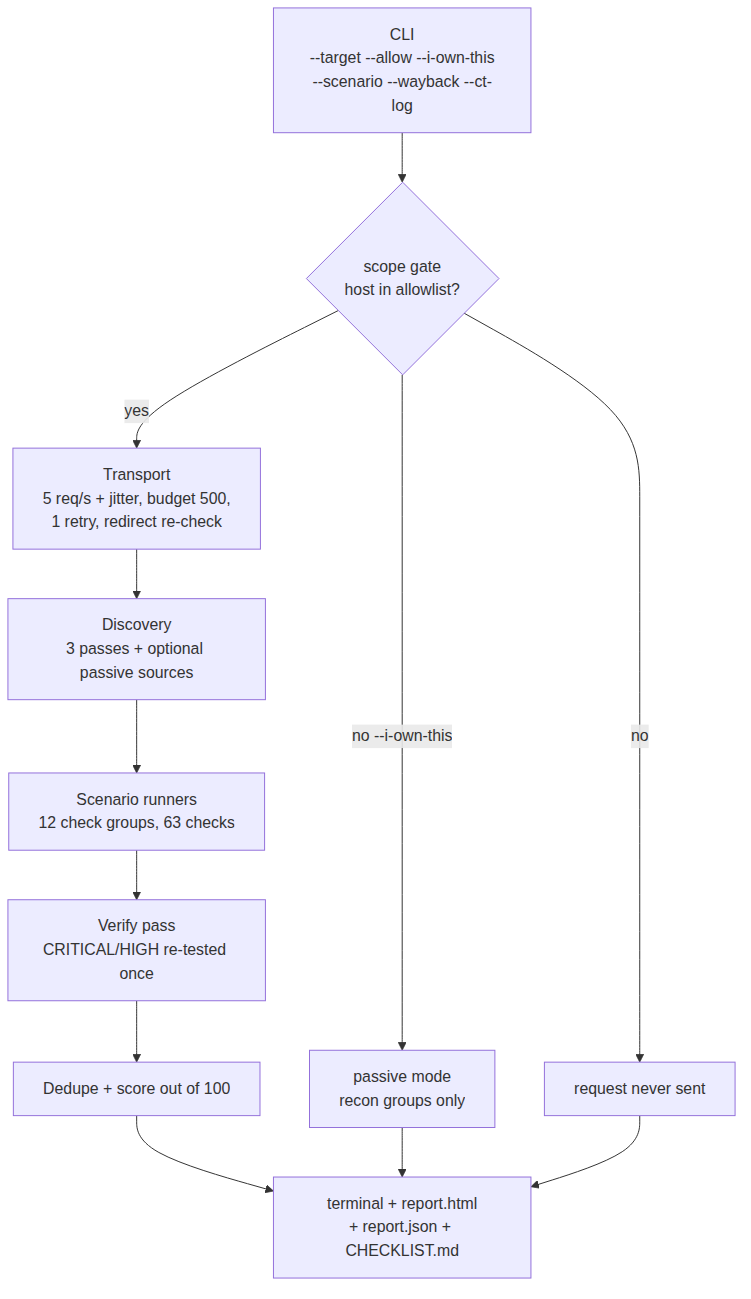
This is docs/diagrams/01-run-flow.png from pixie-chan/redqueen, a Mermaid export, as it was before one commit. Its source is kept beside it as docs/diagrams/01-run-flow.mmd.
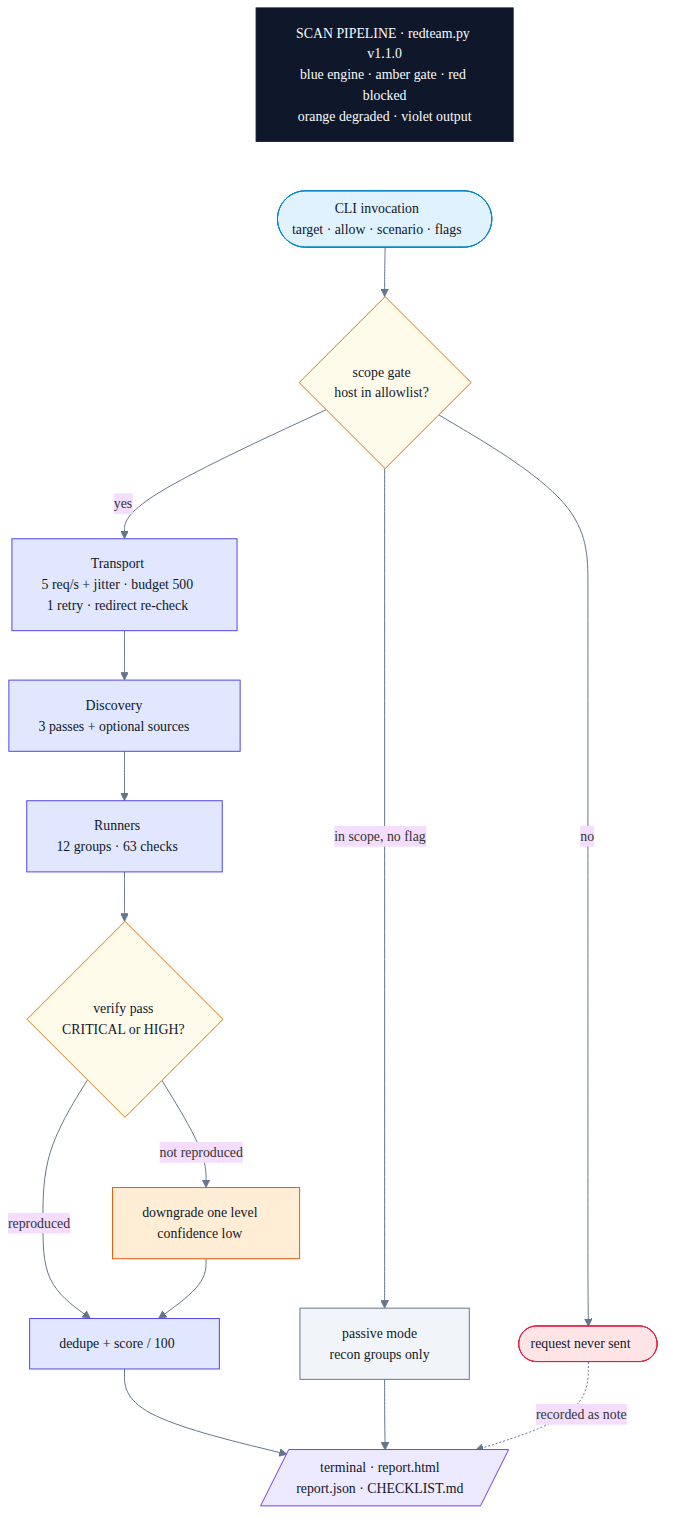
After the change.

What changed in the source:
```diff
@@ -1,12 +1,28 @@
+%%{init: {"theme":"base","themeVariables":{"fontFamily":"DejaVu Sans, Helvetica, sans-serif","fontSize":"14px","lineColor":"#64748b","clusterBkg":"#f8fafc","clusterBorder":"#cbd5e1"}}}%%
 flowchart TD
-    A["CLI<br/>--target --allow --i-own-this<br/>--scenario --wayback --ct-log"] --> G{"scope gate<br/>host in allowlist?"}
-    G -- "no" --> K["request never sent"]
-    G -- "no --i-own-this" --> P["passive mode<br/>recon groups only"]
-    G -- "yes" --> T["Transport<br/>5 req/s + jitter, budget 500,<br/>1 retry, redirect re-check"]
-    T --> D["Discovery<br/>3 passes + optional passive sources"]
-    D --> R["Scenario runners<br/>12 check groups, 63 checks"]
-    R --> V["Verify pass<br/>CRITICAL/HIGH re-tested once"]
-    V --> Z["Dedupe + score out of 100"]
-    Z --> O["terminal + report.html<br/>+ report.json + CHECKLIST.md"]
+    T["SCAN PIPELINE · redteam.py v1.1.0<br/>blue engine · amber gate · red blocked<br/>orange degraded · violet output"]:::title ~~~ A(["CLI invocation<br/>target · allow · scenario · flags"]):::cli
+    A --> G{"scope gate<br/>host in allowlist?"}:::gate
+    G -->|no| K(["request never sent"]):::bad
+    G -->|"in scope, no flag"| P["passive mode<br/>recon groups only"]:::neutral
+    G -->|yes| T2["Transport<br/>5 req/s + jitter · budget 500<br/>1 retry · redirect re-check"]:::engine
+    T2 --> D["Discovery<br/>3 passes + optional sources"]:::engine
+    D --> R["Runners<br/>12 groups · 63 checks"]:::engine
+    R --> V{"verify pass<br/>CRITICAL or HIGH?"}:::gate
+    V -->|reproduced| Z["dedupe + score / 100"]:::engine
+    V -->|"not reproduced"| DN["downgrade one level<br/>confidence low"]:::warn
+    DN --> Z
+    Z --> O[/"terminal · report.html<br/>report.json · CHECKLIST.md"/]:::out
     P --> O
-    K --> O
+    K -.->|"recorded as note"| O
+
+    classDef title fill:#0f172a,stroke:#0f172a,color:#f8fafc
+    classDef cli fill:#e0f2fe,stroke:#0284c7,color:#0f172a
+    classDef engine fill:#e0e7ff,stroke:#4f46e5,color:#0f172a
+    classDef gate fill:#fffbeb,stroke:#d97706,color:#0f172a
+    classDef good fill:#dcfce7,stroke:#059669,color:#0f172a
+    classDef bad fill:#ffe4e6,stroke:#e11d48,color:#0f172a
+    classDef warn fill:#ffedd5,stroke:#ea580c,color:#0f172a
+    classDef out fill:#ede9fe,stroke:#7c3aed,color:#0f172a
+    classDef neutral fill:#f1f5f9,stroke:#64748b,color:#0f172a
+    classDef ext fill:#cffafe,stroke:#0891b2,color:#0f172a
+    classDef forbidden fill:#ffe4e6,stroke:#e11d48,color:#0f172a,stroke-dasharray:6 4
```
